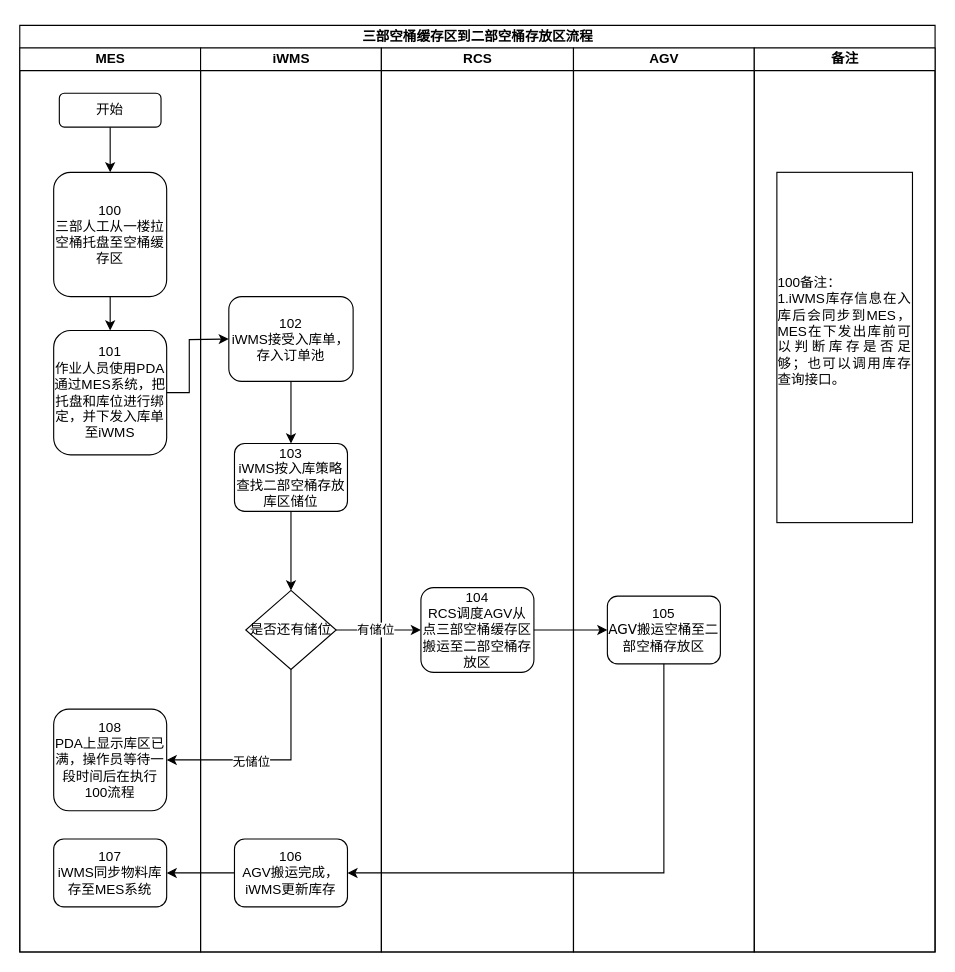
Above: page "第 5 页" (5 of 7) of data/晾籽出籽区到恒温屯籽区流程.drawio in chenyanxi/hosts (draw.io), before the change. Source tidied: cells renumbered, new cells numbered last; positions are measured from the earlier drawing's top-left corner, leaving out a move shared by most shapes. Both pictures are drawn from the tidied source at 113%, with x=0, y=0 at pixel (19, 25).
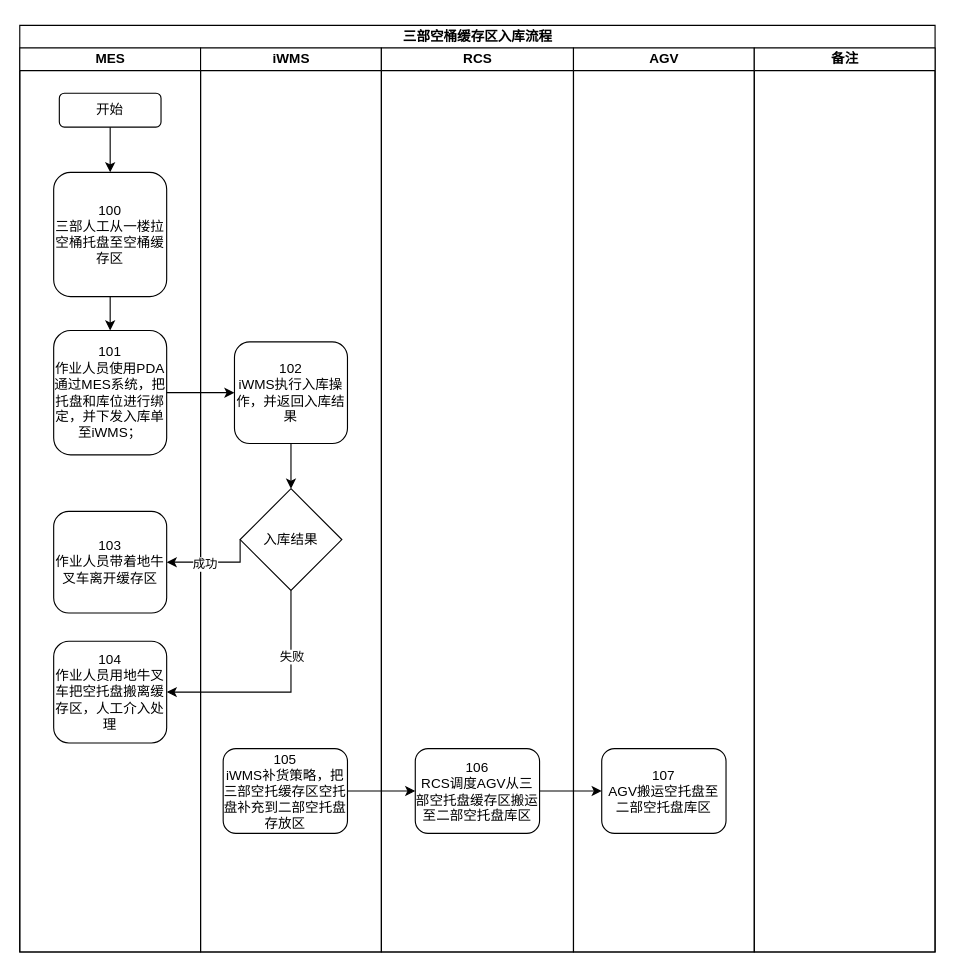
The same diagram, later.

Unchanged cells that the change refers to:
```xml
<mxCell id="3" value="MES" style="swimlane;html=1;startSize=20;" parent="2" vertex="1">
  <mxGeometry y="20" width="160" height="800" as="geometry" />
</mxCell>
<mxCell id="11" value="iWMS" style="swimlane;html=1;startSize=20;" parent="2" vertex="1">
  <mxGeometry x="160" y="20" width="160" height="800" as="geometry" />
</mxCell>
<mxCell id="18" value="RCS" style="swimlane;html=1;startSize=20;" parent="2" vertex="1">
  <mxGeometry x="320" y="20" width="170" height="800" as="geometry" />
</mxCell>
<mxCell id="20" value="AGV" style="swimlane;html=1;startSize=20;" parent="2" vertex="1">
  <mxGeometry x="490" y="20" width="160" height="800" as="geometry" />
</mxCell>
<mxCell id="22" value="备注" style="swimlane;html=1;startSize=20;" parent="2" vertex="1">
  <mxGeometry x="650" y="20" width="160" height="800" as="geometry" />
</mxCell>
```

What changed in the source:
```diff
@@
-    <mxCell id="2" value="&lt;p class=&quot;MsoNormal&quot;&gt;&lt;span style=&quot;font-size: 12px;&quot;&gt;三部空桶缓存区到二部空桶存放区流程&lt;/span&gt;&lt;/p&gt;" style="swimlane;html=1;startSize=20;rounded=0;shadow=0;labelBackgroundColor=none;strokeWidth=1;fontFamily=Verdana;fontSize=8;align=center;" parent="1" vertex="1">
+    <mxCell id="2" value="&lt;p class=&quot;MsoNormal&quot;&gt;&lt;span style=&quot;font-size: 12px;&quot;&gt;三部空桶缓存区入库流程&lt;/span&gt;&lt;/p&gt;" style="swimlane;html=1;startSize=20;rounded=0;shadow=0;labelBackgroundColor=none;strokeWidth=1;fontFamily=Verdana;fontSize=8;align=center;" parent="1" vertex="1">
       <mxGeometry width="810" height="820" as="geometry" />
     </mxCell>
@@
-    <mxCell id="7" value="&lt;div&gt;&lt;font face=&quot;Helvetica&quot; style=&quot;font-size: 12px;&quot;&gt;108&lt;br&gt;&lt;/font&gt;&lt;/div&gt;&lt;font face=&quot;Helvetica&quot;&gt;&lt;span style=&quot;font-size: 12px;&quot;&gt;PDA上显示库区已满，操作员等待一段时间后在执行100流程&lt;/span&gt;&lt;/font&gt;" style="rounded=1;whiteSpace=wrap;html=1;shadow=0;labelBackgroundColor=none;strokeWidth=1;fontFamily=Verdana;fontSize=8;align=center;" parent="3" vertex="1">
-      <mxGeometry x="30" y="585" width="100" height="90" as="geometry" />
+    <mxCell id="7" value="&lt;div&gt;&lt;font face=&quot;Helvetica&quot; style=&quot;font-size: 12px;&quot;&gt;103&lt;br&gt;&lt;/font&gt;&lt;/div&gt;&lt;font face=&quot;Helvetica&quot;&gt;&lt;span style=&quot;font-size: 12px;&quot;&gt;作业人员带着地牛叉车离开缓存区&lt;/span&gt;&lt;/font&gt;" style="rounded=1;whiteSpace=wrap;html=1;shadow=0;labelBackgroundColor=none;strokeWidth=1;fontFamily=Verdana;fontSize=8;align=center;" parent="3" vertex="1">
+      <mxGeometry x="30" y="410" width="100" height="90" as="geometry" />
     </mxCell>
-    <mxCell id="8" value="&lt;font style=&quot;font-size: 12px;&quot; face=&quot;Helvetica&quot;&gt;101&lt;/font&gt;&lt;div&gt;&lt;span style=&quot;font-family: Helvetica; font-size: 12px;&quot;&gt;作业人员使用PDA通过MES系统，把托盘和库位进行绑定，并下发入库单至iWMS&lt;/span&gt;&lt;/div&gt;" style="rounded=1;whiteSpace=wrap;html=1;shadow=0;labelBackgroundColor=none;strokeWidth=1;fontFamily=Verdana;fontSize=8;align=center;" parent="3" vertex="1">
+    <mxCell id="8" value="&lt;font style=&quot;font-size: 12px;&quot; face=&quot;Helvetica&quot;&gt;101&lt;/font&gt;&lt;div&gt;&lt;span style=&quot;font-family: Helvetica; font-size: 12px;&quot;&gt;作业人员使用PDA通过MES系统，把托盘和库位进行绑定，并下发入库单至iWMS；&lt;/span&gt;&lt;/div&gt;" style="rounded=1;whiteSpace=wrap;html=1;shadow=0;labelBackgroundColor=none;strokeWidth=1;fontFamily=Verdana;fontSize=8;align=center;" parent="3" vertex="1">
       <mxGeometry x="30" y="250" width="100" height="110" as="geometry" />
     </mxCell>
@@
-    <mxCell id="10" value="&lt;font face=&quot;Helvetica&quot;&gt;&lt;span style=&quot;font-size: 12px;&quot;&gt;107&lt;/span&gt;&lt;/font&gt;&lt;div&gt;&lt;font face=&quot;Helvetica&quot;&gt;&lt;span style=&quot;font-size: 12px;&quot;&gt;iWMS同步物料库存至MES系统&lt;/span&gt;&lt;/font&gt;&lt;/div&gt;" style="rounded=1;whiteSpace=wrap;html=1;shadow=0;labelBackgroundColor=none;strokeWidth=1;fontFamily=Verdana;fontSize=8;align=center;" parent="3" vertex="1">
-      <mxGeometry x="30" y="700" width="100" height="60" as="geometry" />
-    </mxCell>
+    <mxCell id="32" value="&lt;div&gt;&lt;font face=&quot;Helvetica&quot; style=&quot;font-size: 12px;&quot;&gt;104&lt;br&gt;&lt;/font&gt;&lt;/div&gt;&lt;font face=&quot;Helvetica&quot;&gt;&lt;span style=&quot;font-size: 12px;&quot;&gt;作业人员用地牛叉车把空托盘搬离缓存区，人工介入处理&lt;/span&gt;&lt;/font&gt;" style="rounded=1;whiteSpace=wrap;html=1;shadow=0;labelBackgroundColor=none;strokeWidth=1;fontFamily=Verdana;fontSize=8;align=center;" parent="3" vertex="1">
+      <mxGeometry x="30" y="525" width="100" height="90" as="geometry" />
+    </mxCell>
@@
-    <mxCell id="12" value="&lt;font style=&quot;font-size: 12px;&quot; face=&quot;Helvetica&quot;&gt;102&lt;/font&gt;&lt;div&gt;&lt;font style=&quot;font-size: 12px;&quot; face=&quot;Helvetica&quot;&gt;iWMS接受入库单，存入订单池&lt;/font&gt;&lt;/div&gt;" style="rounded=1;whiteSpace=wrap;html=1;shadow=0;labelBackgroundColor=none;strokeWidth=1;fontFamily=Verdana;fontSize=8;align=center;" parent="11" vertex="1">
-      <mxGeometry x="25" y="220" width="110" height="75" as="geometry" />
-    </mxCell>
-    <mxCell id="13" value="&lt;font style=&quot;font-size: 12px;&quot; face=&quot;Helvetica&quot;&gt;是否还有储位&lt;/font&gt;" style="rhombus;whiteSpace=wrap;html=1;rounded=0;shadow=0;labelBackgroundColor=none;strokeWidth=1;fontFamily=Verdana;fontSize=8;align=center;" parent="11" vertex="1">
-      <mxGeometry x="40" y="480" width="80" height="70" as="geometry" />
-    </mxCell>
-    <mxCell id="14" value="&lt;font style=&quot;font-size: 12px;&quot; face=&quot;Helvetica&quot;&gt;103&lt;/font&gt;&lt;div&gt;&lt;font style=&quot;font-size: 12px;&quot; face=&quot;Helvetica&quot;&gt;iWMS按入库策略查找二部空桶存放库区储位&lt;/font&gt;&lt;/div&gt;" style="rounded=1;whiteSpace=wrap;html=1;shadow=0;labelBackgroundColor=none;strokeWidth=1;fontFamily=Verdana;fontSize=8;align=center;" parent="11" vertex="1">
-      <mxGeometry x="30" y="350" width="100" height="60" as="geometry" />
-    </mxCell>
-    <mxCell id="15" style="endArrow=classic;html=1;rounded=0;exitX=0.5;exitY=1;exitDx=0;exitDy=0;entryX=0.5;entryY=0;entryDx=0;entryDy=0;" parent="11" edge="1" source="14" target="13">
-      <mxGeometry relative="1" as="geometry" />
-    </mxCell>
-    <mxCell id="16" style="endArrow=classic;html=1;rounded=0;exitX=0.5;exitY=1;exitDx=0;exitDy=0;entryX=0.5;entryY=0;entryDx=0;entryDy=0;" parent="11" edge="1" source="12" target="14">
-      <mxGeometry relative="1" as="geometry" />
-    </mxCell>
-    <mxCell id="17" value="&lt;font style=&quot;font-size: 12px;&quot; face=&quot;Helvetica&quot;&gt;106&lt;/font&gt;&lt;div&gt;&lt;font style=&quot;font-size: 12px;&quot; face=&quot;Helvetica&quot;&gt;AGV搬运完成，iWMS更新库存&lt;/font&gt;&lt;/div&gt;" style="rounded=1;whiteSpace=wrap;html=1;shadow=0;labelBackgroundColor=none;strokeWidth=1;fontFamily=Verdana;fontSize=8;align=center;" parent="11" vertex="1">
-      <mxGeometry x="30" y="700" width="100" height="60" as="geometry" />
-    </mxCell>
+    <mxCell id="33" value="&lt;div&gt;&lt;font face=&quot;Helvetica&quot; style=&quot;font-size: 12px;&quot;&gt;102&lt;br&gt;&lt;/font&gt;&lt;/div&gt;&lt;font face=&quot;Helvetica&quot;&gt;&lt;span style=&quot;font-size: 12px;&quot;&gt;iWMS执行入库操作，并返回入库结果&lt;/span&gt;&lt;/font&gt;" style="rounded=1;whiteSpace=wrap;html=1;shadow=0;labelBackgroundColor=none;strokeWidth=1;fontFamily=Verdana;fontSize=8;align=center;" parent="11" vertex="1">
+      <mxGeometry x="30" y="260" width="100" height="90" as="geometry" />
+    </mxCell>
+    <mxCell id="34" value="&lt;font face=&quot;Helvetica&quot;&gt;&lt;span style=&quot;font-size: 12px;&quot;&gt;入库结果&lt;/span&gt;&lt;/font&gt;" style="rhombus;whiteSpace=wrap;html=1;rounded=0;shadow=0;labelBackgroundColor=none;strokeWidth=1;fontFamily=Verdana;fontSize=8;align=center;" parent="11" vertex="1">
+      <mxGeometry x="35" y="390" width="90" height="90" as="geometry" />
+    </mxCell>
+    <mxCell id="35" style="endArrow=classic;html=1;rounded=0;exitX=0.5;exitY=1;exitDx=0;exitDy=0;entryX=0.5;entryY=0;entryDx=0;entryDy=0;" parent="11" edge="1" source="33" target="34">
+      <mxGeometry relative="1" as="geometry" />
+    </mxCell>
+    <mxCell id="36" value="&lt;font style=&quot;font-size: 12px;&quot; face=&quot;Helvetica&quot;&gt;105&lt;/font&gt;&lt;div&gt;&lt;font style=&quot;font-size: 12px;&quot; face=&quot;Helvetica&quot;&gt;iWMS补货策略，把三部空托缓存区空托盘补充到二部空托盘存放区&lt;/font&gt;&lt;/div&gt;" style="rounded=1;whiteSpace=wrap;html=1;shadow=0;labelBackgroundColor=none;strokeWidth=1;fontFamily=Verdana;fontSize=8;align=center;" parent="11" vertex="1">
+      <mxGeometry x="20" y="620" width="110" height="75" as="geometry" />
+    </mxCell>
@@
-    <mxCell id="19" value="&lt;font style=&quot;font-size: 12px;&quot; face=&quot;Helvetica&quot;&gt;104&lt;/font&gt;&lt;div&gt;&lt;font style=&quot;font-size: 12px;&quot; face=&quot;Helvetica&quot;&gt;RCS调度AGV从点三部空桶缓存区搬运至二部空桶存放区&lt;/font&gt;&lt;/div&gt;" style="rounded=1;whiteSpace=wrap;html=1;shadow=0;labelBackgroundColor=none;strokeWidth=1;fontFamily=Verdana;fontSize=8;align=center;" parent="18" vertex="1">
-      <mxGeometry x="35" y="477.5" width="100" height="75" as="geometry" />
-    </mxCell>
+    <mxCell id="37" value="&lt;font style=&quot;font-size: 12px;&quot; face=&quot;Helvetica&quot;&gt;106&lt;/font&gt;&lt;div&gt;&lt;font face=&quot;Helvetica&quot;&gt;&lt;span style=&quot;font-size: 12px;&quot;&gt;RCS调度AGV从三部空托盘缓存区搬运至二部空托盘库区&lt;/span&gt;&lt;/font&gt;&lt;/div&gt;" style="rounded=1;whiteSpace=wrap;html=1;shadow=0;labelBackgroundColor=none;strokeWidth=1;fontFamily=Verdana;fontSize=8;align=center;" parent="18" vertex="1">
+      <mxGeometry x="30" y="620" width="110" height="75" as="geometry" />
+    </mxCell>
@@
-    <mxCell id="21" value="&lt;font style=&quot;font-size: 12px;&quot; face=&quot;Helvetica&quot;&gt;105&lt;/font&gt;&lt;div&gt;&lt;font style=&quot;font-size: 12px;&quot;&gt;AGV搬运空桶至二部空桶存放区&lt;/font&gt;&lt;/div&gt;" style="rounded=1;whiteSpace=wrap;html=1;shadow=0;labelBackgroundColor=none;strokeWidth=1;fontFamily=Verdana;fontSize=8;align=center;" parent="20" vertex="1">
-      <mxGeometry x="30" y="485" width="100" height="60" as="geometry" />
-    </mxCell>
+    <mxCell id="38" value="&lt;font style=&quot;font-size: 12px;&quot; face=&quot;Helvetica&quot;&gt;107&lt;/font&gt;&lt;div&gt;&lt;font face=&quot;Helvetica&quot;&gt;&lt;span style=&quot;font-size: 12px;&quot;&gt;AGV搬运空托盘至二部空托盘库区&lt;/span&gt;&lt;/font&gt;&lt;/div&gt;" style="rounded=1;whiteSpace=wrap;html=1;shadow=0;labelBackgroundColor=none;strokeWidth=1;fontFamily=Verdana;fontSize=8;align=center;" parent="20" vertex="1">
+      <mxGeometry x="25" y="620" width="110" height="75" as="geometry" />
+    </mxCell>
@@
-    <mxCell id="23" value="&lt;div style=&quot;text-align: justify;&quot;&gt;100备注：&lt;/div&gt;&lt;div style=&quot;text-align: justify;&quot;&gt;1.iWMS库存信息在入库后会同步到MES，MES在下发出库前可以判断库存是否足够；也可以调用库存查询接口。&lt;/div&gt;&lt;div style=&quot;text-align: justify;&quot;&gt;&lt;br&gt;&lt;/div&gt;&lt;div style=&quot;text-align: justify;&quot;&gt;&lt;br&gt;&lt;/div&gt;" style="rounded=0;whiteSpace=wrap;html=1;" parent="22" vertex="1">
-      <mxGeometry x="20" y="110" width="120" height="310" as="geometry" />
-    </mxCell>
-    <mxCell id="24" style="endArrow=classic;html=1;rounded=0;exitX=1;exitY=0.5;exitDx=0;exitDy=0;entryX=0;entryY=0.5;entryDx=0;entryDy=0;" parent="2" edge="1" source="19" target="21">
-      <mxGeometry relative="1" as="geometry" />
-    </mxCell>
-    <mxCell id="25" style="endArrow=classic;html=1;rounded=0;exitX=1;exitY=0.5;exitDx=0;exitDy=0;entryX=0;entryY=0.5;entryDx=0;entryDy=0;" parent="2" edge="1" source="13" target="19">
-      <mxGeometry relative="1" as="geometry" />
-    </mxCell>
-    <mxCell id="26" value="有储位" style="edgeLabel;html=1;align=center;verticalAlign=middle;" parent="25" vertex="1">
-      <mxGeometry x="-0.1" y="1" relative="1" as="geometry" />
-    </mxCell>
-    <mxCell id="27" style="endArrow=classic;html=1;rounded=0;exitX=1;exitY=0.5;exitDx=0;exitDy=0;entryX=0;entryY=0.5;entryDx=0;entryDy=0;" parent="2" edge="1" source="8" target="12">
-      <mxGeometry relative="1" as="geometry">
-        <Array as="points">
-          <mxPoint x="150" y="325" />
-          <mxPoint x="150" y="278" />
-        </Array>
-      </mxGeometry>
-    </mxCell>
-    <mxCell id="28" style="endArrow=classic;html=1;rounded=0;exitX=0.5;exitY=1;exitDx=0;exitDy=0;entryX=1;entryY=0.5;entryDx=0;entryDy=0;" parent="2" edge="1" source="13" target="7">
+    <mxCell id="28" style="endArrow=classic;html=1;rounded=0;exitX=0;exitY=0.5;exitDx=0;exitDy=0;entryX=1;entryY=0.5;entryDx=0;entryDy=0;" parent="2" edge="1" source="34" target="7">
       <mxGeometry relative="1" as="geometry">
         <Array as="points">
-          <mxPoint x="240" y="650" />
+          <mxPoint x="195" y="475" />
         </Array>
       </mxGeometry>
     </mxCell>
-    <mxCell id="29" value="无储位" style="edgeLabel;html=1;align=center;verticalAlign=middle;" parent="28" vertex="1">
+    <mxCell id="29" value="成功" style="edgeLabel;html=1;align=center;verticalAlign=middle;" parent="28" vertex="1">
       <mxGeometry x="0.22" y="1" relative="1" as="geometry" />
     </mxCell>
-    <mxCell id="30" style="endArrow=classic;html=1;rounded=0;exitX=0.5;exitY=1;exitDx=0;exitDy=0;entryX=1;entryY=0.5;entryDx=0;entryDy=0;" parent="2" edge="1" source="21" target="17">
-      <mxGeometry relative="1" as="geometry">
-        <Array as="points">
-          <mxPoint x="570" y="750" />
-        </Array>
-      </mxGeometry>
-    </mxCell>
-    <mxCell id="31" style="endArrow=classic;html=1;rounded=0;exitX=0;exitY=0.5;exitDx=0;exitDy=0;" parent="2" edge="1" source="17" target="10">
-      <mxGeometry relative="1" as="geometry" />
-    </mxCell>
+    <mxCell id="39" style="endArrow=classic;html=1;rounded=0;exitX=1;exitY=0.5;exitDx=0;exitDy=0;entryX=0;entryY=0.5;entryDx=0;entryDy=0;" parent="2" edge="1" source="8" target="33">
+      <mxGeometry relative="1" as="geometry" />
+    </mxCell>
+    <mxCell id="40" style="endArrow=classic;html=1;rounded=0;exitX=0.5;exitY=1;exitDx=0;exitDy=0;entryX=1;entryY=0.5;entryDx=0;entryDy=0;" parent="2" edge="1" source="34" target="32">
+      <mxGeometry relative="1" as="geometry">
+        <Array as="points">
+          <mxPoint x="240" y="590" />
+        </Array>
+      </mxGeometry>
+    </mxCell>
+    <mxCell id="41" value="失败" style="edgeLabel;html=1;align=center;verticalAlign=middle;" parent="40" vertex="1">
+      <mxGeometry x="-0.42" relative="1" as="geometry" />
+    </mxCell>
+    <mxCell id="42" style="endArrow=classic;html=1;rounded=0;exitX=1;exitY=0.5;exitDx=0;exitDy=0;entryX=0;entryY=0.5;entryDx=0;entryDy=0;" parent="2" edge="1" source="36" target="37">
+      <mxGeometry relative="1" as="geometry" />
+    </mxCell>
+    <mxCell id="43" style="endArrow=classic;html=1;rounded=0;exitX=1;exitY=0.5;exitDx=0;exitDy=0;entryX=0;entryY=0.5;entryDx=0;entryDy=0;" parent="2" edge="1" source="37" target="38">
+      <mxGeometry relative="1" as="geometry" />
+    </mxCell>
```
